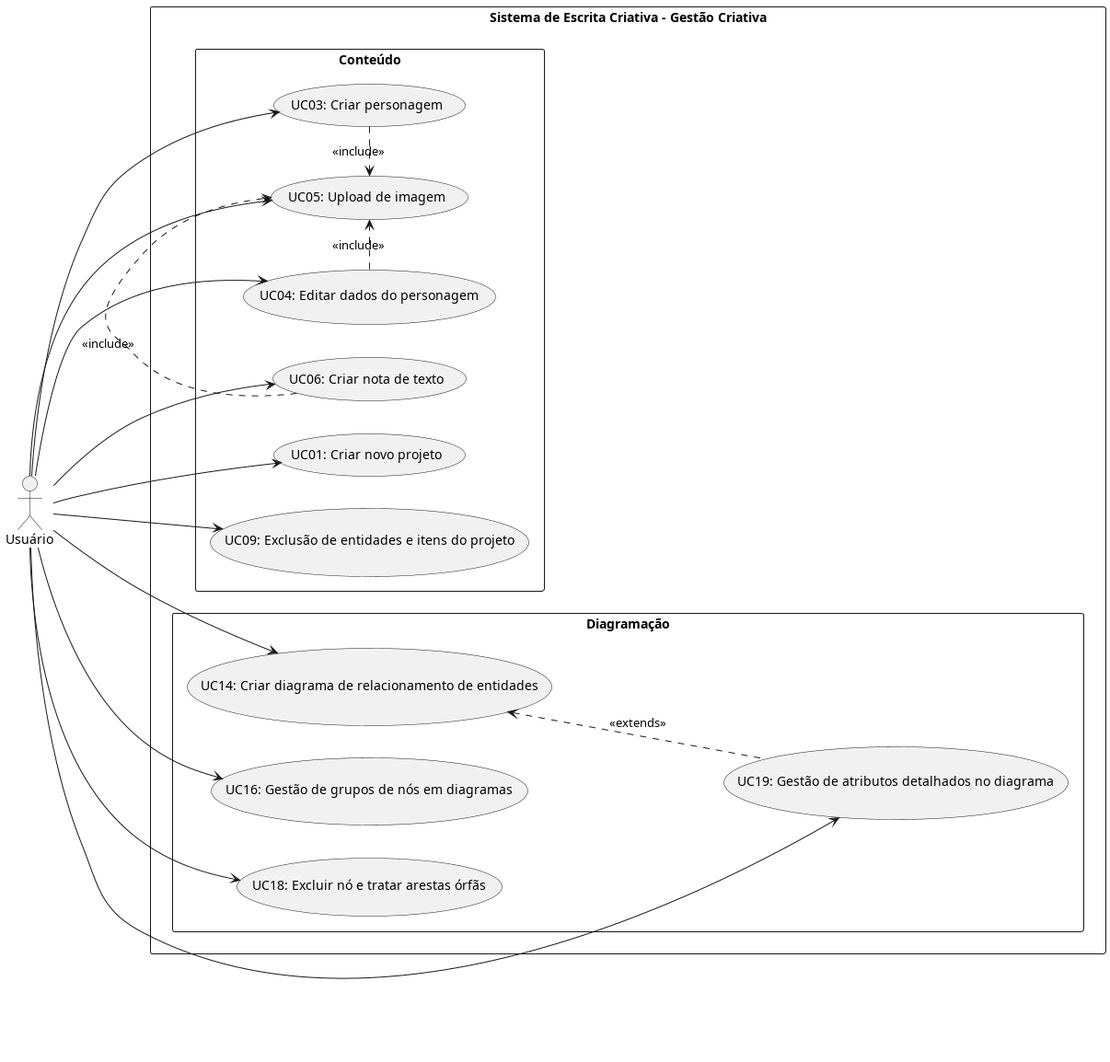
Above: docs/casosUso/imagens/diagramas_gerais/UC_Conteudo.png in aspiringluke/Projeto-Integrado-Mobile (PlantUML), before the change.
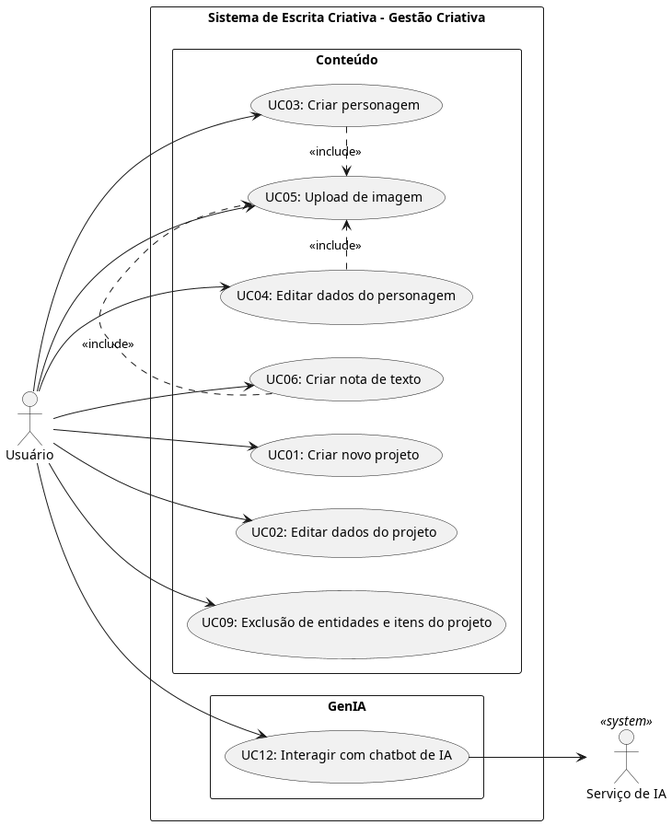
Later version of the same file.

Commit message:
docs: Diagramas de casos ajustados

Change to the diagram source:
```diff
@@ -1,41 +1,37 @@
-@startuml UC Conteudo
+@startuml UC_Conteudo
 left to right direction
 skinparam PackageStyle rectangle
 
 actor "Usuário" as U
+actor "Serviço de IA" as IA <<system>>
 
 rectangle "Sistema de Escrita Criativa - Gestão Criativa" {
-    package "Diagramação" {
-        usecase "UC14: Criar diagrama de relacionamento de entidades" as UC14
-        usecase "UC16: Gestão de grupos de nós em diagramas" as UC16
-        usecase "UC18: Excluir nó e tratar arestas órfãs" as UC18
-        usecase "UC19: Gestão de atributos detalhados no diagrama" as UC19
-    }
-
     package "Conteúdo" {
         usecase "UC01: Criar novo projeto" as UC01
+        usecase "UC02: Editar dados do projeto" as UC02
         usecase "UC03: Criar personagem" as UC03
         usecase "UC04: Editar dados do personagem" as UC04
         usecase "UC05: Upload de imagem" as UC05
         usecase "UC06: Criar nota de texto" as UC06
         usecase "UC09: Exclusão de entidades e itens do projeto" as UC09
     }
+
+    package "GenIA" {
+        usecase "UC12: Interagir com chatbot de IA" as UC12
+    }
 }
 
+U --> UC12
+UC12 --> IA
 U --> UC01
+U --> UC02
 U --> UC03
 U --> UC04
 U --> UC05
 U --> UC06
 U --> UC09
-U --> UC14
-U --> UC16
-U --> UC18
-U --> UC19
 
 UC03 .> UC05: <<include>>
 UC04 .> UC05: <<include>>
 UC06 .> UC05: <<include>>
-
-UC14 <.-. UC19: <<extends>>
 @enduml
```
